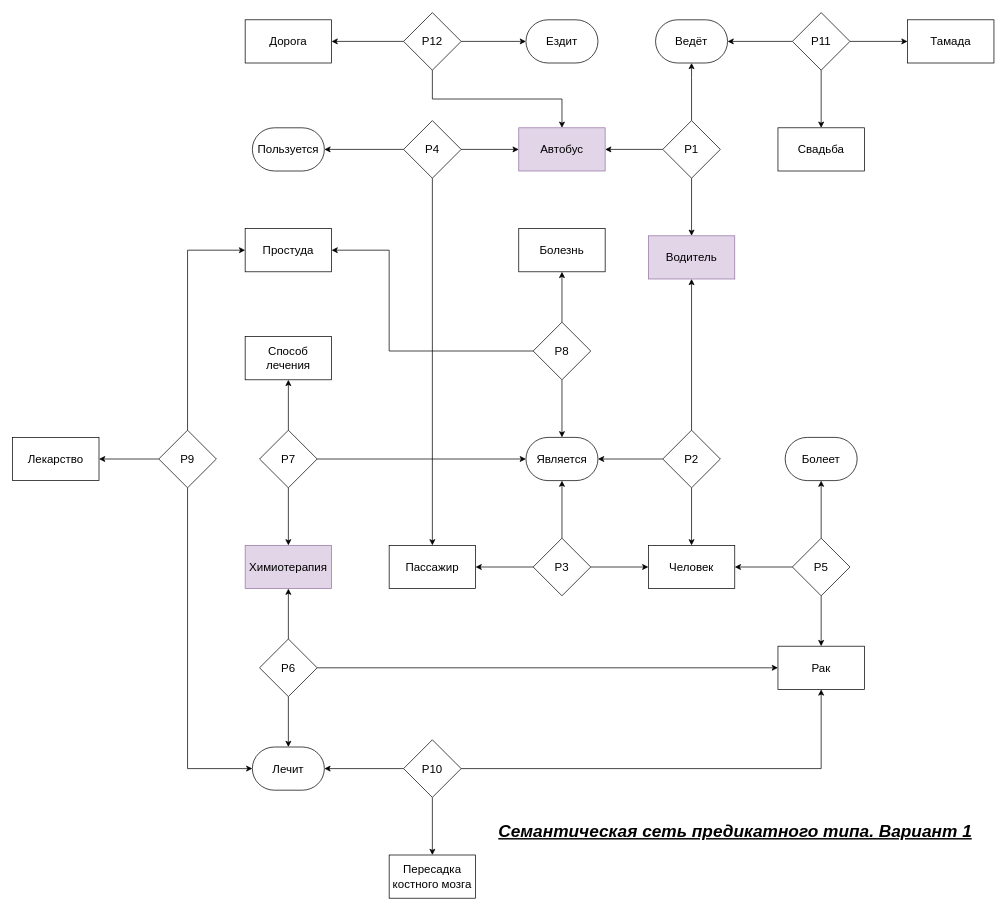
DMfananddu/DSM keeps this draw.io diagram as DZ1_2.drawio. Above is the earlier version. Source tidied: cells renumbered, new cells numbered last; positions are measured from the earlier drawing's top-left corner, leaving out a move shared by most shapes. Both pictures are drawn from the tidied source at 72%, with x=0, y=0 at pixel (12, 12).
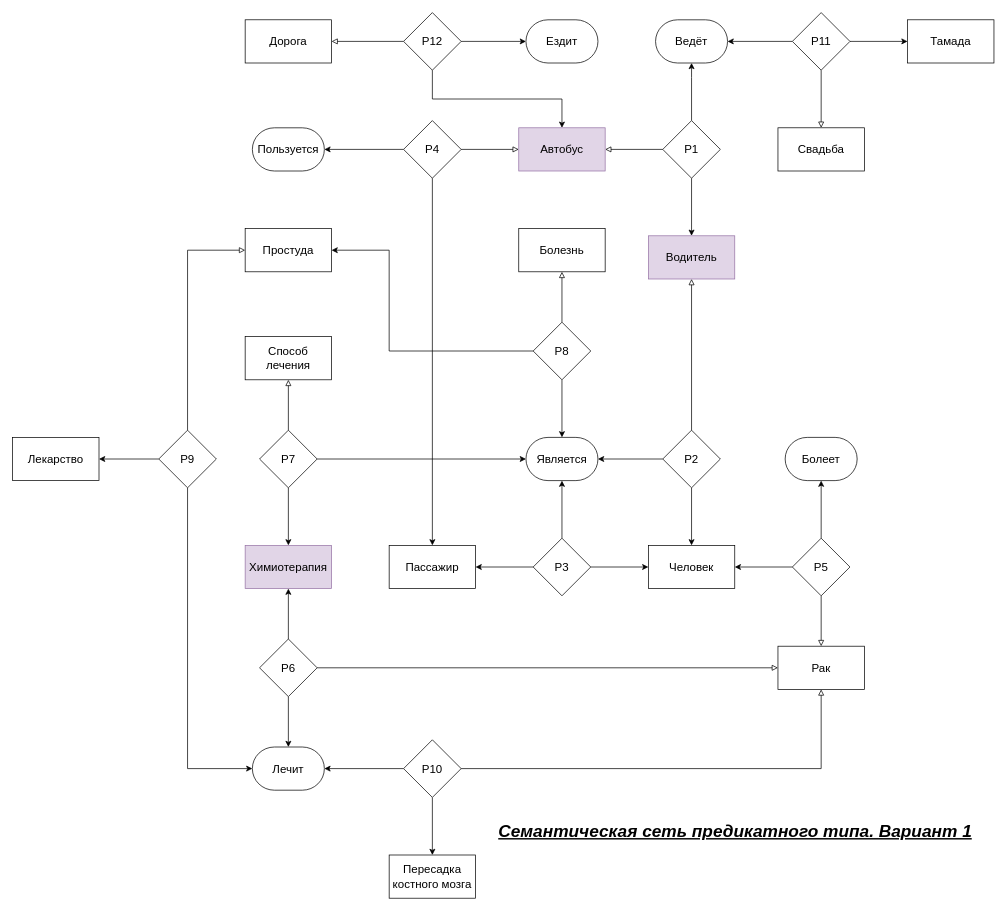
The same diagram, later.

The change refers to these unchanged cells:
```xml
<mxCell id="6" value="Р1" style="rhombus;whiteSpace=wrap;html=1;fontSize=16;" parent="1" vertex="1">
  <mxGeometry x="903" y="150" width="80" height="80" as="geometry" />
</mxCell>
<mxCell id="7" value="Автобус" style="rounded=0;whiteSpace=wrap;html=1;fontSize=16;fillColor=#e1d5e7;strokeColor=#9673a6;" parent="1" vertex="1">
  <mxGeometry x="703" y="160" width="120" height="60" as="geometry" />
</mxCell>
<mxCell id="9" value="Водитель" style="rounded=0;whiteSpace=wrap;html=1;fontSize=16;fillColor=#e1d5e7;strokeColor=#9673a6;" parent="1" vertex="1">
  <mxGeometry x="883" y="310" width="120" height="60" as="geometry" />
</mxCell>
<mxCell id="13" value="Р2" style="rhombus;whiteSpace=wrap;html=1;fontSize=16;" parent="1" vertex="1">
  <mxGeometry x="903" y="580" width="80" height="80" as="geometry" />
</mxCell>
<mxCell id="19" value="Р5" style="rhombus;whiteSpace=wrap;html=1;fontSize=16;" parent="1" vertex="1">
  <mxGeometry x="1083" y="730" width="80" height="80" as="geometry" />
</mxCell>
<mxCell id="20" value="Рак" style="rounded=0;whiteSpace=wrap;html=1;fontSize=16;" parent="1" vertex="1">
  <mxGeometry x="1063" y="880" width="120" height="60" as="geometry" />
</mxCell>
<mxCell id="31" value="Р4" style="rhombus;whiteSpace=wrap;html=1;fontSize=16;" parent="1" vertex="1">
  <mxGeometry x="543" y="150" width="80" height="80" as="geometry" />
</mxCell>
<mxCell id="35" value="Р11" style="rhombus;whiteSpace=wrap;html=1;fontSize=16;" parent="1" vertex="1">
  <mxGeometry x="1083" width="80" height="80" as="geometry" />
</mxCell>
<mxCell id="36" value="Болезнь" style="rounded=0;whiteSpace=wrap;html=1;fontSize=16;" parent="1" vertex="1">
  <mxGeometry x="703" y="300" width="120" height="60" as="geometry" />
</mxCell>
<mxCell id="41" value="Р6" style="rhombus;whiteSpace=wrap;html=1;fontSize=16;" parent="1" vertex="1">
  <mxGeometry x="343" y="870" width="80" height="80" as="geometry" />
</mxCell>
<mxCell id="47" value="Р7" style="rhombus;whiteSpace=wrap;html=1;fontSize=16;" parent="1" vertex="1">
  <mxGeometry x="343" y="580" width="80" height="80" as="geometry" />
</mxCell>
<mxCell id="48" value="Способ лечения" style="rounded=0;whiteSpace=wrap;html=1;fontSize=16;" parent="1" vertex="1">
  <mxGeometry x="323" y="450" width="120" height="60" as="geometry" />
</mxCell>
<mxCell id="49" value="Простуда" style="rounded=0;whiteSpace=wrap;html=1;fontSize=16;" parent="1" vertex="1">
  <mxGeometry x="323" y="300" width="120" height="60" as="geometry" />
</mxCell>
<mxCell id="53" value="Р8" style="rhombus;whiteSpace=wrap;html=1;fontSize=16;" parent="1" vertex="1">
  <mxGeometry x="723" y="430" width="80" height="80" as="geometry" />
</mxCell>
<mxCell id="58" value="Р12" style="rhombus;whiteSpace=wrap;html=1;fontSize=16;" parent="1" vertex="1">
  <mxGeometry x="543" width="80" height="80" as="geometry" />
</mxCell>
<mxCell id="62" value="Р9" style="rhombus;whiteSpace=wrap;html=1;fontSize=16;" parent="1" vertex="1">
  <mxGeometry x="203" y="580" width="80" height="80" as="geometry" />
</mxCell>
<mxCell id="66" value="Р10" style="rhombus;whiteSpace=wrap;html=1;fontSize=16;" parent="1" vertex="1">
  <mxGeometry x="543" y="1010" width="80" height="80" as="geometry" />
</mxCell>
<mxCell id="68" value="Свадьба" style="rounded=0;whiteSpace=wrap;html=1;fontSize=16;" parent="1" vertex="1">
  <mxGeometry x="1063" y="160" width="120" height="60" as="geometry" />
</mxCell>
<mxCell id="70" value="Дорога" style="rounded=0;whiteSpace=wrap;html=1;fontSize=16;" parent="1" vertex="1">
  <mxGeometry x="323" y="10" width="120" height="60" as="geometry" />
</mxCell>
```

The edit, as a diff of the source:
```diff
@@
-    <mxCell id="3" style="edgeStyle=orthogonalEdgeStyle;rounded=0;jettySize=auto;html=1;exitX=0;exitY=0.5;exitDx=0;exitDy=0;entryX=1;entryY=0.5;entryDx=0;entryDy=0;fontSize=16;" parent="1" edge="1" source="6" target="7">
+    <mxCell id="3" style="edgeStyle=orthogonalEdgeStyle;rounded=0;jettySize=auto;html=1;exitX=0;exitY=0.5;exitDx=0;exitDy=0;entryX=1;entryY=0.5;entryDx=0;entryDy=0;fontSize=16;endArrow=block;endFill=0;" parent="1" edge="1" source="6" target="7">
       <mxGeometry relative="1" as="geometry" />
     </mxCell>
@@
-    <mxCell id="11" style="edgeStyle=orthogonalEdgeStyle;rounded=0;jettySize=auto;html=1;exitX=0.5;exitY=0;exitDx=0;exitDy=0;entryX=0.5;entryY=1;entryDx=0;entryDy=0;fontSize=16;" parent="1" edge="1" source="13" target="9">
+    <mxCell id="11" style="edgeStyle=orthogonalEdgeStyle;rounded=0;jettySize=auto;html=1;exitX=0.5;exitY=0;exitDx=0;exitDy=0;entryX=0.5;entryY=1;entryDx=0;entryDy=0;fontSize=16;endArrow=block;endFill=0;" parent="1" edge="1" source="13" target="9">
       <mxGeometry relative="1" as="geometry" />
     </mxCell>
@@
-    <mxCell id="16" style="edgeStyle=orthogonalEdgeStyle;rounded=0;jettySize=auto;html=1;exitX=0.5;exitY=1;exitDx=0;exitDy=0;entryX=0.5;entryY=0;entryDx=0;entryDy=0;" parent="1" edge="1" source="19" target="20">
+    <mxCell id="16" style="edgeStyle=orthogonalEdgeStyle;rounded=0;jettySize=auto;html=1;exitX=0.5;exitY=1;exitDx=0;exitDy=0;entryX=0.5;entryY=0;entryDx=0;entryDy=0;endArrow=block;endFill=0;" parent="1" edge="1" source="19" target="20">
       <mxGeometry relative="1" as="geometry" />
     </mxCell>
@@
-    <mxCell id="29" style="edgeStyle=orthogonalEdgeStyle;rounded=0;jettySize=auto;html=1;exitX=1;exitY=0.5;exitDx=0;exitDy=0;entryX=0;entryY=0.5;entryDx=0;entryDy=0;" parent="1" edge="1" source="31" target="7">
+    <mxCell id="29" style="edgeStyle=orthogonalEdgeStyle;rounded=0;jettySize=auto;html=1;exitX=1;exitY=0.5;exitDx=0;exitDy=0;entryX=0;entryY=0.5;entryDx=0;entryDy=0;endArrow=block;endFill=0;" parent="1" edge="1" source="31" target="7">
       <mxGeometry relative="1" as="geometry" />
     </mxCell>
@@
-    <mxCell id="34" style="edgeStyle=orthogonalEdgeStyle;rounded=0;jettySize=auto;html=1;exitX=0.5;exitY=1;exitDx=0;exitDy=0;entryX=0.5;entryY=0;entryDx=0;entryDy=0;" parent="1" edge="1" source="35" target="68">
+    <mxCell id="34" style="edgeStyle=orthogonalEdgeStyle;rounded=0;jettySize=auto;html=1;exitX=0.5;exitY=1;exitDx=0;exitDy=0;entryX=0.5;entryY=0;entryDx=0;entryDy=0;endArrow=block;endFill=0;" parent="1" edge="1" source="35" target="68">
       <mxGeometry relative="1" as="geometry" />
     </mxCell>
@@
-    <mxCell id="38" style="edgeStyle=orthogonalEdgeStyle;rounded=0;jettySize=auto;html=1;exitX=1;exitY=0.5;exitDx=0;exitDy=0;entryX=0;entryY=0.5;entryDx=0;entryDy=0;" parent="1" edge="1" source="41" target="20">
+    <mxCell id="38" style="edgeStyle=orthogonalEdgeStyle;rounded=0;jettySize=auto;html=1;exitX=1;exitY=0.5;exitDx=0;exitDy=0;entryX=0;entryY=0.5;entryDx=0;entryDy=0;endArrow=block;endFill=0;" parent="1" edge="1" source="41" target="20">
       <mxGeometry relative="1" as="geometry" />
     </mxCell>
@@
-    <mxCell id="46" style="edgeStyle=orthogonalEdgeStyle;rounded=0;jettySize=auto;html=1;exitX=0.5;exitY=0;exitDx=0;exitDy=0;entryX=0.5;entryY=1;entryDx=0;entryDy=0;" parent="1" edge="1" source="47" target="48">
+    <mxCell id="46" style="edgeStyle=orthogonalEdgeStyle;rounded=0;jettySize=auto;html=1;exitX=0.5;exitY=0;exitDx=0;exitDy=0;entryX=0.5;entryY=1;entryDx=0;entryDy=0;endArrow=block;endFill=0;" parent="1" edge="1" source="47" target="48">
       <mxGeometry relative="1" as="geometry" />
     </mxCell>
@@
-    <mxCell id="51" style="edgeStyle=orthogonalEdgeStyle;rounded=0;jettySize=auto;html=1;exitX=0.5;exitY=0;exitDx=0;exitDy=0;entryX=0.5;entryY=1;entryDx=0;entryDy=0;" parent="1" edge="1" source="53" target="36">
+    <mxCell id="51" style="edgeStyle=orthogonalEdgeStyle;rounded=0;jettySize=auto;html=1;exitX=0.5;exitY=0;exitDx=0;exitDy=0;entryX=0.5;entryY=1;entryDx=0;entryDy=0;endArrow=block;endFill=0;" parent="1" edge="1" source="53" target="36">
       <mxGeometry relative="1" as="geometry" />
     </mxCell>
@@
-    <mxCell id="57" style="edgeStyle=orthogonalEdgeStyle;rounded=0;jettySize=auto;html=1;exitX=0;exitY=0.5;exitDx=0;exitDy=0;entryX=1;entryY=0.5;entryDx=0;entryDy=0;" parent="1" edge="1" source="58" target="70">
+    <mxCell id="57" style="edgeStyle=orthogonalEdgeStyle;rounded=0;jettySize=auto;html=1;exitX=0;exitY=0.5;exitDx=0;exitDy=0;entryX=1;entryY=0.5;entryDx=0;entryDy=0;endArrow=block;endFill=0;" parent="1" edge="1" source="58" target="70">
       <mxGeometry relative="1" as="geometry" />
     </mxCell>
@@
-    <mxCell id="59" style="edgeStyle=orthogonalEdgeStyle;rounded=0;jettySize=auto;html=1;exitX=0.5;exitY=0;exitDx=0;exitDy=0;entryX=0;entryY=0.5;entryDx=0;entryDy=0;" parent="1" edge="1" source="62" target="49">
+    <mxCell id="59" style="edgeStyle=orthogonalEdgeStyle;rounded=0;jettySize=auto;html=1;exitX=0.5;exitY=0;exitDx=0;exitDy=0;entryX=0;entryY=0.5;entryDx=0;entryDy=0;endArrow=block;endFill=0;" parent="1" edge="1" source="62" target="49">
       <mxGeometry relative="1" as="geometry" />
     </mxCell>
@@
-    <mxCell id="65" style="edgeStyle=orthogonalEdgeStyle;rounded=0;jettySize=auto;html=1;exitX=1;exitY=0.5;exitDx=0;exitDy=0;entryX=0.5;entryY=1;entryDx=0;entryDy=0;" parent="1" edge="1" source="66" target="20">
+    <mxCell id="65" style="edgeStyle=orthogonalEdgeStyle;rounded=0;jettySize=auto;html=1;exitX=1;exitY=0.5;exitDx=0;exitDy=0;entryX=0.5;entryY=1;entryDx=0;entryDy=0;endArrow=block;endFill=0;" parent="1" edge="1" source="66" target="20">
       <mxGeometry relative="1" as="geometry" />
     </mxCell>
```
